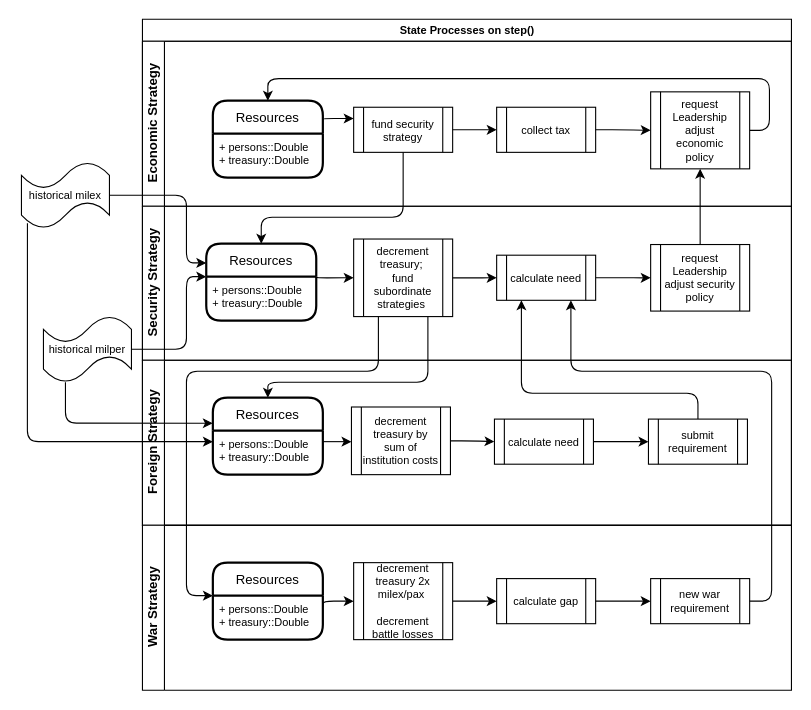
Before: documentation/OverallProcess.drawio in usuallycwdillon/george, a draw.io diagram. Source tidied: cells renumbered, new cells numbered last; positions are measured from the earlier drawing's top-left corner, leaving out a move shared by most shapes. Both pictures are drawn from the tidied source at 110%, with x=0, y=0 at pixel (21, 19).
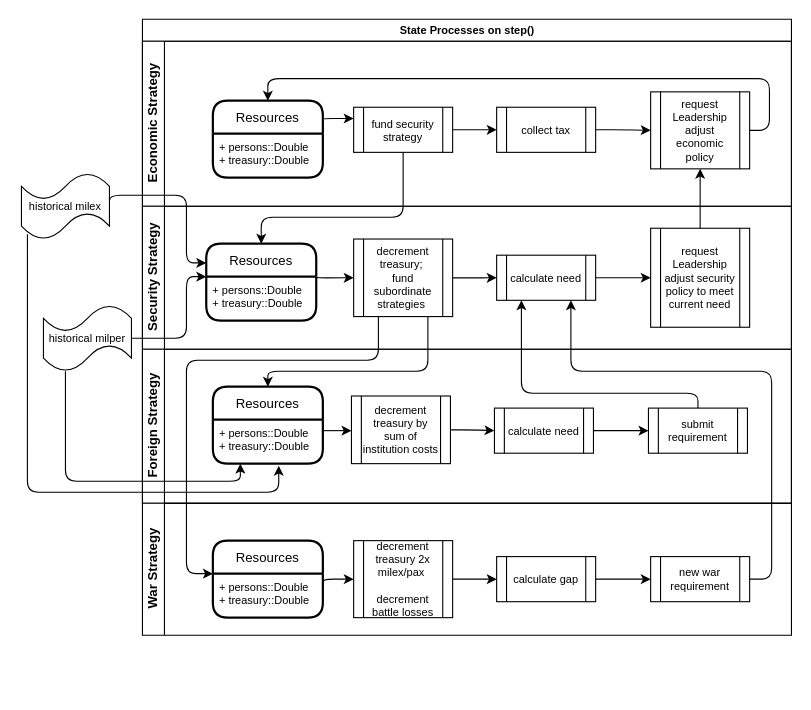
Above is the later version.

The change refers to these unchanged cells:
```xml
<mxCell id="15" value="Resources" style="swimlane;horizontal=1;startSize=30;rounded=1;fontSize=12;fontStyle=0;strokeWidth=2;shadow=0;dashed=0;align=center;sketch=0;" parent="13" vertex="1">
  <mxGeometry x="58" y="34" width="100" height="70" as="geometry" />
</mxCell>
<mxCell id="16" value="+ persons::Double&#10;+ treasury::Double" style="align=left;strokeColor=none;fillColor=none;spacingLeft=4;fontSize=10;verticalAlign=top;" parent="15" vertex="1">
  <mxGeometry y="30" width="100" height="40" as="geometry" />
</mxCell>
<mxCell id="17" value="decrement treasury;&amp;nbsp;&lt;br&gt;fund subordinate strategies&amp;nbsp;" style="shape=process;whiteSpace=wrap;html=1;backgroundOutline=1;rounded=0;sketch=0;fontSize=10;" parent="13" vertex="1">
  <mxGeometry x="192" y="29.8" width="90" height="70.5" as="geometry" />
</mxCell>
<mxCell id="18" value="calculate need" style="shape=process;whiteSpace=wrap;html=1;backgroundOutline=1;rounded=0;sketch=0;fontSize=10;" parent="13" vertex="1">
  <mxGeometry x="322" y="44.5" width="90" height="41" as="geometry" />
</mxCell>
<mxCell id="23" value="Resources" style="swimlane;horizontal=1;startSize=30;rounded=1;fontSize=12;fontStyle=0;strokeWidth=2;shadow=0;dashed=0;align=center;sketch=0;" parent="22" vertex="1">
  <mxGeometry x="64" y="34" width="100" height="70" as="geometry" />
</mxCell>
<mxCell id="24" value="+ persons::Double&#10;+ treasury::Double" style="align=left;strokeColor=none;fillColor=none;spacingLeft=4;fontSize=10;verticalAlign=top;" parent="23" vertex="1">
  <mxGeometry y="30" width="100" height="40" as="geometry" />
</mxCell>
<mxCell id="27" value="+ persons::Double&#10;+ treasury::Double" style="align=left;strokeColor=none;fillColor=none;spacingLeft=4;fontSize=10;verticalAlign=top;" parent="26" vertex="1">
  <mxGeometry y="30" width="100" height="40" as="geometry" />
</mxCell>
<mxCell id="31" value="new war requirement" style="shape=process;whiteSpace=wrap;html=1;backgroundOutline=1;rounded=0;sketch=0;fontSize=10;" parent="25" vertex="1">
  <mxGeometry x="462" y="48.5" width="90" height="41" as="geometry" />
</mxCell>
```

Change to the diagram source:
```diff
@@
     <mxCell id="2" value="State Processes on step()" style="swimlane;html=1;horizontal=1;startSize=20;rounded=0;sketch=0;fontSize=10;" parent="1" vertex="1">
-      <mxGeometry x="110" width="590" height="460" as="geometry" />
+      <mxGeometry x="110" width="590" height="440" as="geometry" />
     </mxCell>
@@
     <mxCell id="13" value="Security Strategy" style="swimlane;html=1;startSize=20;horizontal=0;" parent="2" vertex="1">
-      <mxGeometry y="170" width="590" height="140" as="geometry" />
+      <mxGeometry y="170" width="590" height="130" as="geometry" />
     </mxCell>
@@
-    <mxCell id="20" value="request Leadership adjust security policy" style="shape=process;whiteSpace=wrap;html=1;backgroundOutline=1;rounded=0;sketch=0;fontSize=10;" parent="13" vertex="1">
-      <mxGeometry x="462" y="34.8" width="90" height="60.5" as="geometry" />
+    <mxCell id="20" value="request Leadership adjust security policy to meet current need" style="shape=process;whiteSpace=wrap;html=1;backgroundOutline=1;rounded=0;sketch=0;fontSize=10;" parent="13" vertex="1">
+      <mxGeometry x="462" y="20" width="90" height="90" as="geometry" />
     </mxCell>
@@
     <mxCell id="22" value="Foreign Strategy" style="swimlane;html=1;startSize=20;horizontal=0;" parent="2" vertex="1">
-      <mxGeometry y="310" width="590" height="150" as="geometry" />
+      <mxGeometry y="300" width="590" height="140" as="geometry" />
     </mxCell>
@@
     <mxCell id="25" value="War Strategy" style="swimlane;html=1;startSize=20;horizontal=0;" parent="22" vertex="1">
-      <mxGeometry y="150" width="590" height="150" as="geometry" />
+      <mxGeometry y="140" width="590" height="120" as="geometry" />
     </mxCell>
@@
     <mxCell id="41" style="edgeStyle=orthogonalEdgeStyle;curved=0;rounded=1;sketch=0;jettySize=auto;html=1;exitX=1;exitY=0.5;exitDx=0;exitDy=0;entryX=0.75;entryY=1;entryDx=0;entryDy=0;fontSize=10;" parent="2" edge="1" source="31" target="18">
       <mxGeometry relative="1" as="geometry">
         <Array as="points">
-          <mxPoint x="572" y="529" />
+          <mxPoint x="572" y="509" />
           <mxPoint x="572" y="320" />
           <mxPoint x="390" y="320" />
         </Array>
       </mxGeometry>
     </mxCell>
@@
     <mxCell id="43" style="edgeStyle=orthogonalEdgeStyle;curved=0;rounded=1;sketch=0;jettySize=auto;html=1;exitX=0.75;exitY=1;exitDx=0;exitDy=0;entryX=0.5;entryY=0;entryDx=0;entryDy=0;fontSize=10;" parent="2" edge="1" source="17" target="23">
       <mxGeometry relative="1" as="geometry">
         <Array as="points">
-          <mxPoint x="260" y="330" />
-          <mxPoint x="114" y="330" />
+          <mxPoint x="260" y="320" />
+          <mxPoint x="114" y="320" />
         </Array>
       </mxGeometry>
     </mxCell>
     <mxCell id="44" style="edgeStyle=orthogonalEdgeStyle;curved=0;rounded=1;sketch=0;jettySize=auto;html=1;exitX=0.25;exitY=1;exitDx=0;exitDy=0;entryX=0;entryY=0;entryDx=0;entryDy=0;fontSize=10;" parent="2" edge="1" source="17" target="27">
       <mxGeometry relative="1" as="geometry">
         <Array as="points">
-          <mxPoint x="214" y="320" />
-          <mxPoint x="40" y="320" />
-          <mxPoint x="40" y="524" />
+          <mxPoint x="215" y="310" />
+          <mxPoint x="40" y="310" />
+          <mxPoint x="40" y="504" />
         </Array>
       </mxGeometry>
     </mxCell>
@@
     <mxCell id="46" style="edgeStyle=orthogonalEdgeStyle;curved=0;rounded=1;sketch=0;jettySize=auto;html=1;exitX=1;exitY=0.5;exitDx=0;exitDy=0;exitPerimeter=0;entryX=0;entryY=0.25;entryDx=0;entryDy=0;fontSize=10;" parent="1" edge="1" source="48" target="15">
       <mxGeometry relative="1" as="geometry">
         <Array as="points">
+          <mxPoint x="80" y="160" />
           <mxPoint x="150" y="160" />
           <mxPoint x="150" y="222" />
         </Array>
       </mxGeometry>
     </mxCell>
-    <mxCell id="47" style="edgeStyle=orthogonalEdgeStyle;curved=0;rounded=1;sketch=0;jettySize=auto;html=1;exitX=0.068;exitY=0.923;exitDx=0;exitDy=0;exitPerimeter=0;entryX=0;entryY=0.25;entryDx=0;entryDy=0;fontSize=10;" parent="1" edge="1" source="48" target="24">
+    <mxCell id="47" style="edgeStyle=orthogonalEdgeStyle;curved=0;rounded=1;sketch=0;jettySize=auto;html=1;exitX=0.068;exitY=0.923;exitDx=0;exitDy=0;exitPerimeter=0;entryX=0.599;entryY=1.05;entryDx=0;entryDy=0;fontSize=10;entryPerimeter=0;" parent="1" edge="1" source="48" target="24">
       <mxGeometry relative="1" as="geometry">
         <Array as="points">
-          <mxPoint x="5" y="384" />
+          <mxPoint x="5" y="430" />
+          <mxPoint x="234" y="430" />
         </Array>
       </mxGeometry>
     </mxCell>
     <mxCell id="48" value="historical milex" style="shape=tape;whiteSpace=wrap;html=1;rounded=0;sketch=0;fontSize=10;" parent="1" vertex="1">
-      <mxGeometry y="130" width="80" height="60" as="geometry" />
+      <mxGeometry y="140" width="80" height="60" as="geometry" />
     </mxCell>
     <mxCell id="49" style="edgeStyle=orthogonalEdgeStyle;curved=0;rounded=1;sketch=0;jettySize=auto;html=1;exitX=1;exitY=0.5;exitDx=0;exitDy=0;exitPerimeter=0;entryX=0;entryY=0;entryDx=0;entryDy=0;fontSize=10;" parent="1" edge="1" source="51" target="16">
       <mxGeometry relative="1" as="geometry">
         <Array as="points">
-          <mxPoint x="80" y="300" />
-          <mxPoint x="150" y="300" />
+          <mxPoint x="150" y="290" />
           <mxPoint x="150" y="234" />
         </Array>
       </mxGeometry>
     </mxCell>
-    <mxCell id="50" style="edgeStyle=orthogonalEdgeStyle;curved=0;rounded=1;sketch=0;jettySize=auto;html=1;exitX=0.25;exitY=1;exitDx=0;exitDy=0;exitPerimeter=0;entryX=-0.001;entryY=0.332;entryDx=0;entryDy=0;entryPerimeter=0;fontSize=10;" parent="1" edge="1" source="51" target="23">
-      <mxGeometry relative="1" as="geometry" />
+    <mxCell id="50" style="edgeStyle=orthogonalEdgeStyle;curved=0;rounded=1;sketch=0;jettySize=auto;html=1;exitX=0.25;exitY=1;exitDx=0;exitDy=0;exitPerimeter=0;entryX=0.25;entryY=1;entryDx=0;entryDy=0;fontSize=10;" parent="1" edge="1" source="51" target="24">
+      <mxGeometry relative="1" as="geometry">
+        <Array as="points">
+          <mxPoint x="40" y="420" />
+          <mxPoint x="199" y="420" />
+        </Array>
+      </mxGeometry>
     </mxCell>
     <mxCell id="51" value="historical milper" style="shape=tape;whiteSpace=wrap;html=1;rounded=0;sketch=0;fontSize=10;" parent="1" vertex="1">
-      <mxGeometry x="20" y="270" width="80" height="60" as="geometry" />
+      <mxGeometry x="20" y="260" width="80" height="60" as="geometry" />
     </mxCell>
```
